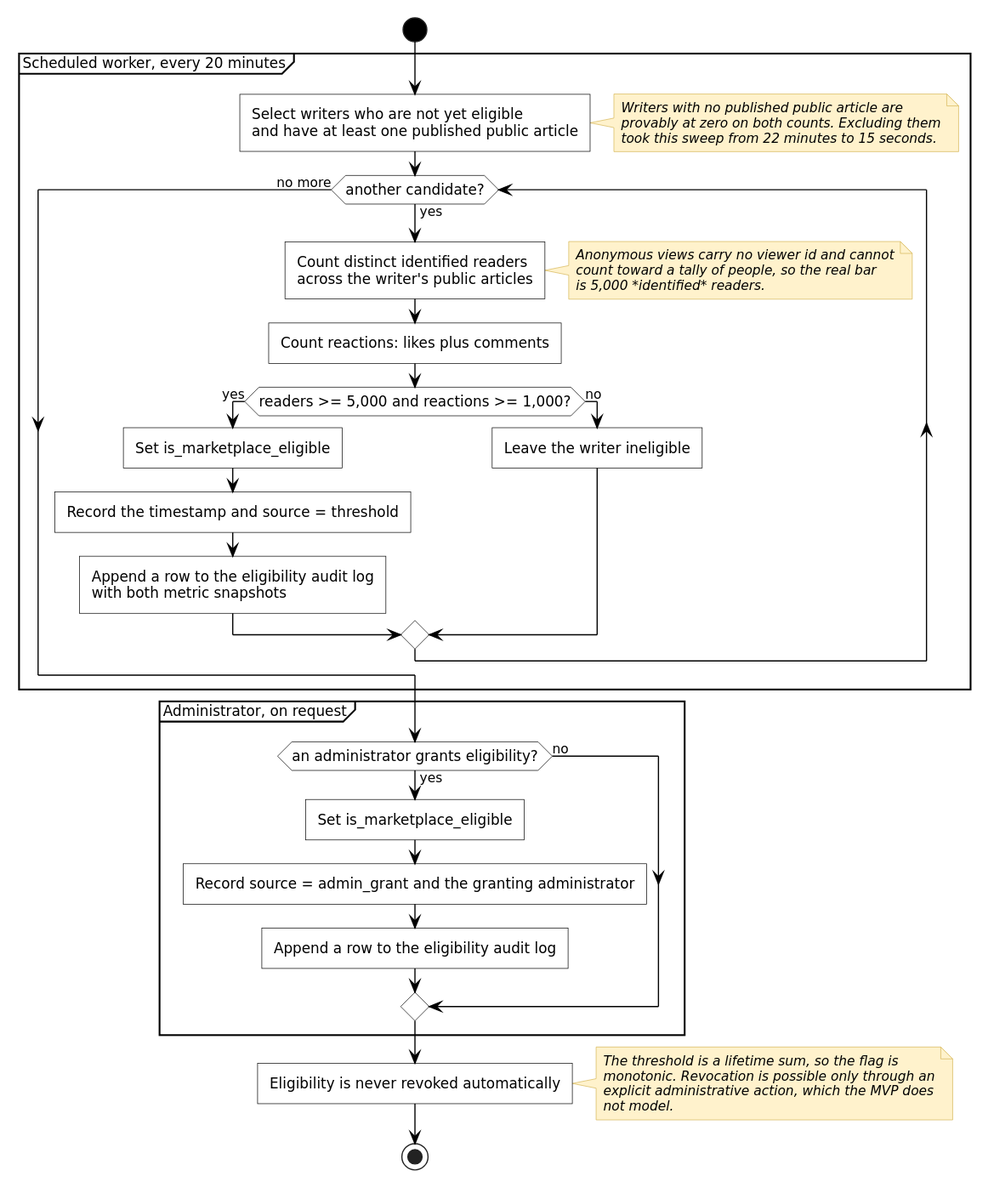
Earlier version of the PlantUML export diagrams/fig-6-4-activity-eligibility-gate/fig-6-4-activity-eligibility-gate.svg (inkwell-dev/spec.inkwell.ai). The source it was exported from:
```plantuml
@startuml
!include ../_style.puml

start
partition "Scheduled worker, every 20 minutes" {
  :Select writers who are not yet eligible\nand have at least one published public article;
  note right
    Writers with no published public article are
    provably at zero on both counts. Excluding them
    took this sweep from 22 minutes to 15 seconds.
  end note
  while (another candidate?) is (yes)
    :Count distinct identified readers\nacross the writer's public articles;
    note right
      Anonymous views carry no viewer id and cannot
      count toward a tally of people, so the real bar
      is 5,000 *identified* readers.
    end note
    :Count reactions: likes plus comments;
    if (readers >= 5,000 and reactions >= 1,000?) then (yes)
      :Set is_marketplace_eligible;
      :Record the timestamp and source = threshold;
      :Append a row to the eligibility audit log\nwith both metric snapshots;
    else (no)
      :Leave the writer ineligible;
    endif
  endwhile (no more)
}

partition "Administrator, on request" {
  if (an administrator grants eligibility?) then (yes)
    :Set is_marketplace_eligible;
    :Record source = admin_grant and the granting administrator;
    :Append a row to the eligibility audit log;
  else (no)
  endif
}

:Eligibility is never revoked automatically;
note right
  The threshold is a lifetime sum, so the flag is
  monotonic. Revocation is possible only through an
  explicit administrative action, which the MVP does
  not model.
end note
stop
@enduml
```
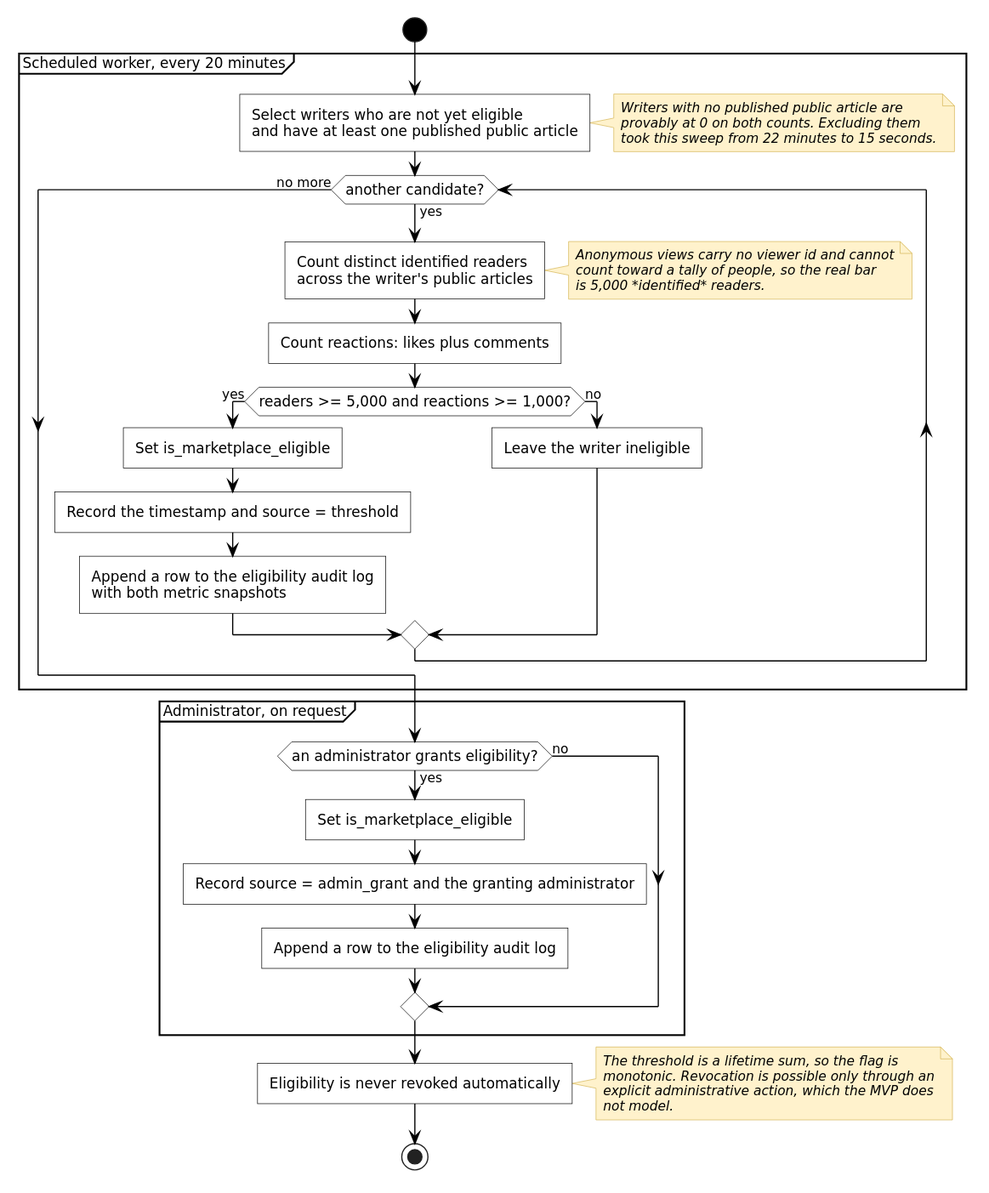
The same diagram one commit later.

The edit, as a diff of the source:
```diff
@@ -6,7 +6,7 @@
   :Select writers who are not yet eligible\nand have at least one published public article;
   note right
     Writers with no published public article are
-    provably at zero on both counts. Excluding them
+    provably at 0 on both counts. Excluding them
     took this sweep from 22 minutes to 15 seconds.
   end note
   while (another candidate?) is (yes)
```
